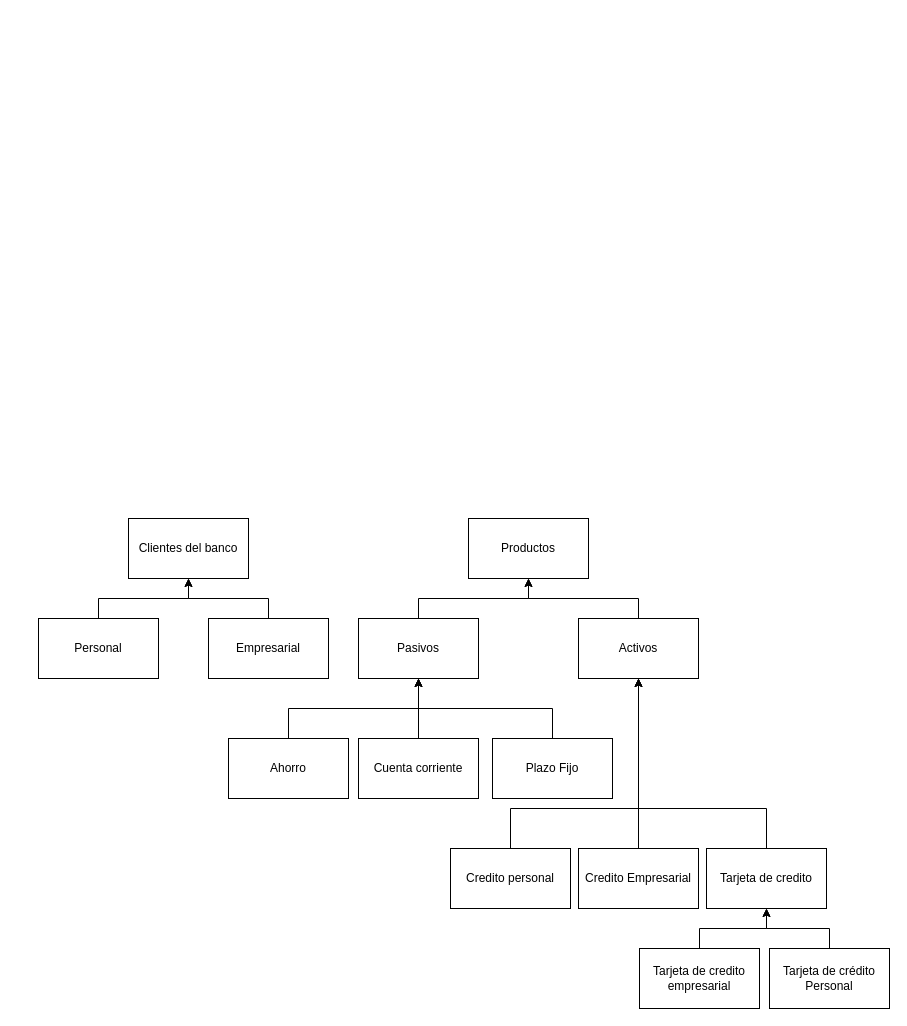
This is page "BD" (2 of 2) of Diagrama-solucon.drawio from SpDkMn01/bootcamp_documentation, a draw.io file, before an edit. Source tidied: cells renumbered, new cells numbered last; positions are measured from the earlier drawing's top-left corner, leaving out a move shared by most shapes. Both pictures are drawn from the tidied source at 100%, with x=0, y=0 at pixel (38, 518).
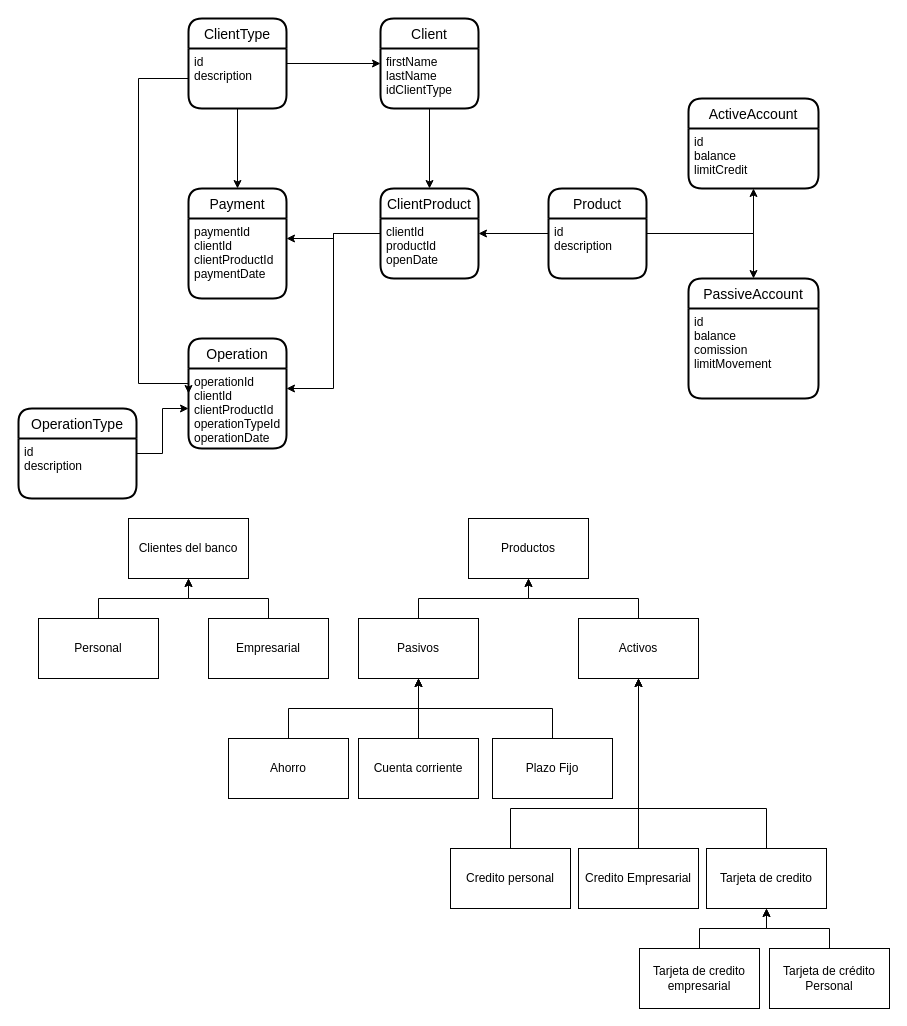
The same diagram, later.

Diff of the diagram source:
```diff
@@
+    <mxCell id="28" value="Client" style="swimlane;horizontal=1;startSize=30;rounded=1;fontSize=14;fontStyle=0;strokeWidth=2;shadow=0;dashed=0;align=center;" parent="1" vertex="1">
+      <mxGeometry x="342" y="-500" width="98" height="90" as="geometry" />
+    </mxCell>
+    <mxCell id="29" value="firstName&#10;lastName&#10;idClientType" style="align=left;strokeColor=none;fillColor=none;spacingLeft=4;fontSize=12;verticalAlign=top;dashed=1;" parent="28" vertex="1">
+      <mxGeometry y="30" width="98" height="60" as="geometry" />
+    </mxCell>
+    <mxCell id="30" style="edgeStyle=orthogonalEdgeStyle;rounded=0;jettySize=auto;html=1;entryX=0;entryY=0.25;entryDx=0;entryDy=0;" parent="1" edge="1" source="32" target="29">
+      <mxGeometry relative="1" as="geometry" />
+    </mxCell>
+    <mxCell id="31" style="edgeStyle=orthogonalEdgeStyle;rounded=0;jettySize=auto;html=1;entryX=0.5;entryY=0;entryDx=0;entryDy=0;" parent="1" edge="1" source="32" target="48">
+      <mxGeometry relative="1" as="geometry" />
+    </mxCell>
+    <mxCell id="32" value="ClientType" style="swimlane;horizontal=1;startSize=30;rounded=1;fontSize=14;fontStyle=0;strokeWidth=2;shadow=0;dashed=0;align=center;" parent="1" vertex="1">
+      <mxGeometry x="150" y="-500" width="98" height="90" as="geometry" />
+    </mxCell>
+    <mxCell id="33" value="id&#10;description" style="align=left;strokeColor=none;fillColor=none;spacingLeft=4;fontSize=12;verticalAlign=top;dashed=1;" parent="32" vertex="1">
+      <mxGeometry y="30" width="98" height="60" as="geometry" />
+    </mxCell>
+    <mxCell id="34" style="edgeStyle=orthogonalEdgeStyle;rounded=0;jettySize=auto;html=1;exitX=1;exitY=0.25;exitDx=0;exitDy=0;" parent="1" edge="1" source="37" target="38">
+      <mxGeometry relative="1" as="geometry">
+        <Array as="points">
+          <mxPoint x="715" y="-285" />
+        </Array>
+      </mxGeometry>
+    </mxCell>
+    <mxCell id="35" style="edgeStyle=orthogonalEdgeStyle;rounded=0;jettySize=auto;html=1;entryX=1;entryY=0.25;entryDx=0;entryDy=0;" parent="1" edge="1" source="36" target="46">
+      <mxGeometry relative="1" as="geometry" />
+    </mxCell>
+    <mxCell id="36" value="Product" style="swimlane;horizontal=1;startSize=30;rounded=1;fontSize=14;fontStyle=0;strokeWidth=2;shadow=0;dashed=0;align=center;" parent="1" vertex="1">
+      <mxGeometry x="510" y="-330" width="98" height="90" as="geometry" />
+    </mxCell>
+    <mxCell id="37" value="id&#10;description&#10;" style="align=left;strokeColor=none;fillColor=none;spacingLeft=4;fontSize=12;verticalAlign=top;dashed=1;" parent="36" vertex="1">
+      <mxGeometry y="30" width="98" height="60" as="geometry" />
+    </mxCell>
+    <mxCell id="38" value="PassiveAccount" style="swimlane;horizontal=1;startSize=30;rounded=1;fontSize=14;fontStyle=0;strokeWidth=2;shadow=0;dashed=0;align=center;" parent="1" vertex="1">
+      <mxGeometry x="650" y="-240" width="130" height="120" as="geometry" />
+    </mxCell>
+    <mxCell id="39" value="id&#10;balance&#10;comission&#10;limitMovement&#10;" style="align=left;strokeColor=none;fillColor=none;spacingLeft=4;fontSize=12;verticalAlign=top;dashed=1;" parent="38" vertex="1">
+      <mxGeometry y="30" width="130" height="90" as="geometry" />
+    </mxCell>
+    <mxCell id="40" value="ActiveAccount" style="swimlane;horizontal=1;startSize=30;rounded=1;fontSize=14;fontStyle=0;strokeWidth=2;shadow=0;dashed=0;align=center;" parent="1" vertex="1">
+      <mxGeometry x="650" y="-420" width="130" height="90" as="geometry" />
+    </mxCell>
+    <mxCell id="41" value="id&#10;balance&#10;limitCredit" style="align=left;strokeColor=none;fillColor=none;spacingLeft=4;fontSize=12;verticalAlign=top;dashed=1;" parent="40" vertex="1">
+      <mxGeometry y="30" width="130" height="60" as="geometry" />
+    </mxCell>
+    <mxCell id="42" style="edgeStyle=orthogonalEdgeStyle;rounded=0;jettySize=auto;html=1;exitX=1;exitY=0.25;exitDx=0;exitDy=0;" parent="1" edge="1" source="37" target="40">
+      <mxGeometry relative="1" as="geometry" />
+    </mxCell>
+    <mxCell id="43" style="edgeStyle=orthogonalEdgeStyle;rounded=0;jettySize=auto;html=1;entryX=1;entryY=0.25;entryDx=0;entryDy=0;" parent="1" edge="1" source="45" target="49">
+      <mxGeometry relative="1" as="geometry" />
+    </mxCell>
+    <mxCell id="44" style="edgeStyle=orthogonalEdgeStyle;rounded=0;jettySize=auto;html=1;entryX=1;entryY=0.25;entryDx=0;entryDy=0;" parent="1" edge="1" source="45" target="51">
+      <mxGeometry relative="1" as="geometry" />
+    </mxCell>
+    <mxCell id="45" value="ClientProduct" style="swimlane;horizontal=1;startSize=30;rounded=1;fontSize=14;fontStyle=0;strokeWidth=2;shadow=0;dashed=0;align=center;" parent="1" vertex="1">
+      <mxGeometry x="342" y="-330" width="98" height="90" as="geometry" />
+    </mxCell>
+    <mxCell id="46" value="clientId&#10;productId&#10;openDate" style="align=left;strokeColor=none;fillColor=none;spacingLeft=4;fontSize=12;verticalAlign=top;dashed=1;" parent="45" vertex="1">
+      <mxGeometry y="30" width="98" height="60" as="geometry" />
+    </mxCell>
+    <mxCell id="47" style="edgeStyle=orthogonalEdgeStyle;rounded=0;jettySize=auto;html=1;entryX=0.5;entryY=0;entryDx=0;entryDy=0;" parent="1" edge="1" source="29" target="45">
+      <mxGeometry relative="1" as="geometry" />
+    </mxCell>
+    <mxCell id="48" value="Payment" style="swimlane;horizontal=1;startSize=30;rounded=1;fontSize=14;fontStyle=0;strokeWidth=2;shadow=0;dashed=0;align=center;" parent="1" vertex="1">
+      <mxGeometry x="150" y="-330" width="98" height="110" as="geometry" />
+    </mxCell>
+    <mxCell id="49" value="paymentId&#10;clientId&#10;clientProductId&#10;paymentDate&#10;" style="align=left;strokeColor=none;fillColor=none;spacingLeft=4;fontSize=12;verticalAlign=top;dashed=1;" parent="48" vertex="1">
+      <mxGeometry y="30" width="98" height="80" as="geometry" />
+    </mxCell>
+    <mxCell id="50" value="Operation" style="swimlane;horizontal=1;startSize=30;rounded=1;fontSize=14;fontStyle=0;strokeWidth=2;shadow=0;dashed=0;align=center;" parent="1" vertex="1">
+      <mxGeometry x="150" y="-180" width="98" height="110" as="geometry" />
+    </mxCell>
+    <mxCell id="51" value="operationId&#10;clientId&#10;clientProductId&#10;operationTypeId&#10;operationDate&#10;" style="align=left;strokeColor=none;fillColor=none;spacingLeft=4;fontSize=12;verticalAlign=top;dashed=1;" parent="50" vertex="1">
+      <mxGeometry y="30" width="98" height="80" as="geometry" />
+    </mxCell>
+    <mxCell id="52" style="edgeStyle=orthogonalEdgeStyle;rounded=0;jettySize=auto;html=1;entryX=0;entryY=0.5;entryDx=0;entryDy=0;exitX=0;exitY=0.5;exitDx=0;exitDy=0;" parent="1" edge="1" source="33" target="50">
+      <mxGeometry relative="1" as="geometry">
+        <Array as="points">
+          <mxPoint x="100" y="-440" />
+          <mxPoint x="100" y="-135" />
+        </Array>
+      </mxGeometry>
+    </mxCell>
+    <mxCell id="53" style="edgeStyle=orthogonalEdgeStyle;rounded=0;jettySize=auto;html=1;entryX=0;entryY=0.5;entryDx=0;entryDy=0;" parent="1" edge="1" source="54" target="51">
+      <mxGeometry relative="1" as="geometry" />
+    </mxCell>
+    <mxCell id="54" value="OperationType" style="swimlane;horizontal=1;startSize=30;rounded=1;fontSize=14;fontStyle=0;strokeWidth=2;shadow=0;dashed=0;align=center;" parent="1" vertex="1">
+      <mxGeometry x="-20" y="-110" width="118" height="90" as="geometry" />
+    </mxCell>
+    <mxCell id="55" value="id&#10;description" style="align=left;strokeColor=none;fillColor=none;spacingLeft=4;fontSize=12;verticalAlign=top;dashed=1;" parent="54" vertex="1">
+      <mxGeometry y="30" width="118" height="60" as="geometry" />
+    </mxCell>
```
